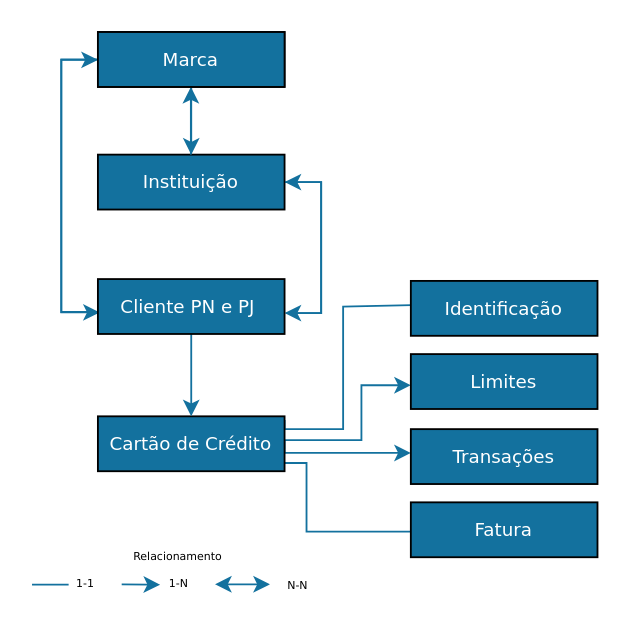
Earlier version of the draw.io diagram draw_io_diagrams/credit_cards/DER_CreditCardAccount.drawio (OpenBanking-Brasil/areadesenvolvedor). Source tidied: cells renumbered, new cells numbered last; positions are measured from the earlier drawing's top-left corner, leaving out a move shared by most shapes. Both pictures are drawn from the tidied source at 183%, with x=0, y=0 at pixel (31, 31).
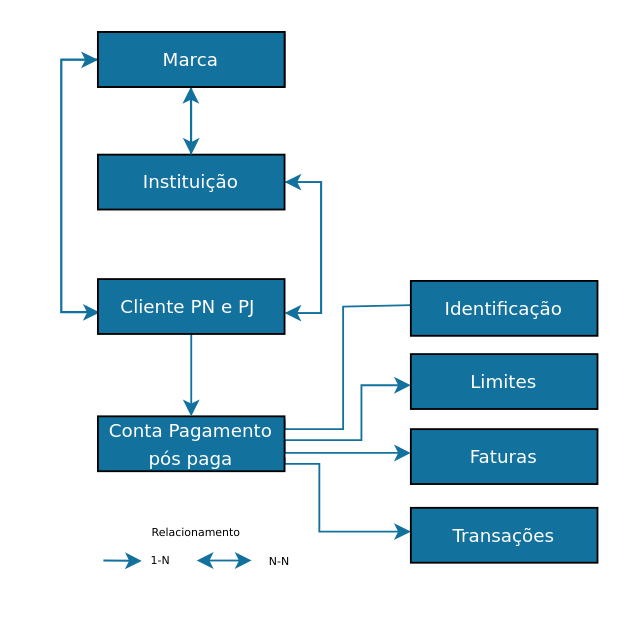
After the change.

The edit, as a diff of the source:
```diff
@@
-    <mxCell id="2" style="rounded=0;whiteSpace=wrap;html=1;" parent="1" vertex="1">
-      <mxGeometry x="220" y="265" width="20" height="10" as="geometry" />
-    </mxCell>
@@
-    <mxCell id="12" style="edgeStyle=orthogonalEdgeStyle;rounded=0;orthogonalLoop=1;jettySize=auto;html=1;exitX=1;exitY=0.75;exitDx=0;exitDy=0;entryX=0;entryY=0.5;entryDx=0;entryDy=0;strokeColor=#13719E;" parent="1" edge="1">
+    <mxCell id="12" style="edgeStyle=orthogonalEdgeStyle;rounded=0;jettySize=auto;html=1;exitX=1;exitY=0.75;exitDx=0;exitDy=0;strokeColor=#13719E;" parent="1" edge="1" source="13">
       <mxGeometry relative="1" as="geometry">
-        <mxPoint x="138" y="235.5" as="sourcePoint" />
-        <mxPoint x="220" y="273" as="targetPoint" />
+        <mxPoint x="207" y="273" as="targetPoint" />
         <Array as="points">
-          <mxPoint x="150" y="236" />
-          <mxPoint x="150" y="273" />
+          <mxPoint x="138" y="236" />
+          <mxPoint x="157" y="236" />
+          <mxPoint x="157" y="273" />
         </Array>
       </mxGeometry>
     </mxCell>
-    <mxCell id="13" value="&lt;font color=&quot;#ffffff&quot; face=&quot;Verdana&quot;&gt;&lt;span style=&quot;font-size: 10px&quot;&gt;Cartão de Crédito&lt;/span&gt;&lt;/font&gt;" style="rounded=0;whiteSpace=wrap;html=1;fillColor=#13719E;strokeColor=#000000;" parent="1" vertex="1">
+    <mxCell id="13" value="&lt;font color=&quot;#ffffff&quot; face=&quot;Verdana&quot;&gt;&lt;span style=&quot;font-size: 10px&quot;&gt;Conta Pagamento pós paga&lt;/span&gt;&lt;/font&gt;" style="rounded=0;whiteSpace=wrap;html=1;fillColor=#13719E;strokeColor=#000000;" parent="1" vertex="1">
       <mxGeometry x="36" y="210" width="102" height="30" as="geometry" />
     </mxCell>
@@
-    <mxCell id="16" value="&lt;font face=&quot;Verdana&quot; style=&quot;font-size: 10px&quot; color=&quot;#ffffff&quot;&gt;Transações&lt;/font&gt;" style="rounded=0;whiteSpace=wrap;html=1;fillColor=#13719E;strokeColor=#000000;" parent="1" vertex="1">
+    <mxCell id="16" value="&lt;font face=&quot;Verdana&quot; style=&quot;font-size: 10px&quot; color=&quot;#ffffff&quot;&gt;Faturas&lt;/font&gt;" style="rounded=0;whiteSpace=wrap;html=1;fillColor=#13719E;strokeColor=#000000;" parent="1" vertex="1">
       <mxGeometry x="207" y="217" width="102" height="30" as="geometry" />
     </mxCell>
@@
-    <mxCell id="18" value="&lt;font face=&quot;Verdana&quot; style=&quot;font-size: 10px&quot; color=&quot;#ffffff&quot;&gt;Fatura&lt;/font&gt;" style="rounded=0;whiteSpace=wrap;html=1;fillColor=#13719E;strokeColor=#000000;" parent="1" vertex="1">
-      <mxGeometry x="207" y="257" width="102" height="30" as="geometry" />
+    <mxCell id="18" value="&lt;font face=&quot;Verdana&quot; style=&quot;font-size: 10px&quot; color=&quot;#ffffff&quot;&gt;Transações&lt;/font&gt;" style="rounded=0;whiteSpace=wrap;html=1;fillColor=#13719E;strokeColor=#000000;" parent="1" vertex="1">
+      <mxGeometry x="207" y="260" width="102" height="30" as="geometry" />
     </mxCell>
     <mxCell id="19" style="endArrow=classic;html=1;strokeColor=#13719E;" parent="1" edge="1">
       <mxGeometry relative="1" as="geometry">
-        <mxPoint x="49" y="301.8" as="sourcePoint" />
-        <mxPoint x="70" y="302" as="targetPoint" />
+        <mxPoint x="39" y="288.8" as="sourcePoint" />
+        <mxPoint x="60" y="289" as="targetPoint" />
       </mxGeometry>
     </mxCell>
-    <mxCell id="20" style="endArrow=none;html=1;strokeColor=#13719E;" parent="1" edge="1">
-      <mxGeometry relative="1" as="geometry">
-        <mxPoint y="302" as="sourcePoint" />
-        <mxPoint x="20" y="302" as="targetPoint" />
-      </mxGeometry>
-    </mxCell>
     <mxCell id="21" style="endArrow=classic;startArrow=classic;html=1;strokeColor=#13719E;" parent="1" edge="1">
       <mxGeometry relative="1" as="geometry">
-        <mxPoint x="100" y="301.8" as="sourcePoint" />
-        <mxPoint x="130" y="301.8" as="targetPoint" />
+        <mxPoint x="90" y="288.8" as="sourcePoint" />
+        <mxPoint x="120" y="288.8" as="targetPoint" />
       </mxGeometry>
     </mxCell>
-    <mxCell id="22" value="&lt;font face=&quot;Verdana&quot; style=&quot;font-size: 6px&quot;&gt;1-1&lt;/font&gt;" style="text;html=1;align=center;verticalAlign=middle;" parent="1" vertex="1">
-      <mxGeometry x="14" y="290" width="30" height="20" as="geometry" />
-    </mxCell>
     <mxCell id="23" value="&lt;font face=&quot;Verdana&quot; style=&quot;font-size: 6px&quot;&gt;N-N&lt;/font&gt;" style="text;html=1;align=center;verticalAlign=middle;" parent="1" vertex="1">
-      <mxGeometry x="130" y="291" width="30" height="20" as="geometry" />
+      <mxGeometry x="120" y="278" width="30" height="20" as="geometry" />
     </mxCell>
     <mxCell id="24" value="&lt;font face=&quot;Verdana&quot; style=&quot;font-size: 6px&quot;&gt;1-N&lt;/font&gt;" style="text;html=1;align=center;verticalAlign=middle;" parent="1" vertex="1">
-      <mxGeometry x="65" y="290" width="30" height="20" as="geometry" />
+      <mxGeometry x="55" y="277" width="30" height="20" as="geometry" />
     </mxCell>
     <mxCell id="25" value="&lt;font face=&quot;Verdana&quot; style=&quot;font-size: 6px&quot;&gt;Relacionamento&lt;/font&gt;" style="text;html=1;strokeColor=none;fillColor=none;align=center;verticalAlign=middle;whiteSpace=wrap;rounded=0;" parent="1" vertex="1">
-      <mxGeometry x="4" y="275" width="152" height="20" as="geometry" />
+      <mxGeometry x="14" y="262" width="152" height="20" as="geometry" />
     </mxCell>
```
